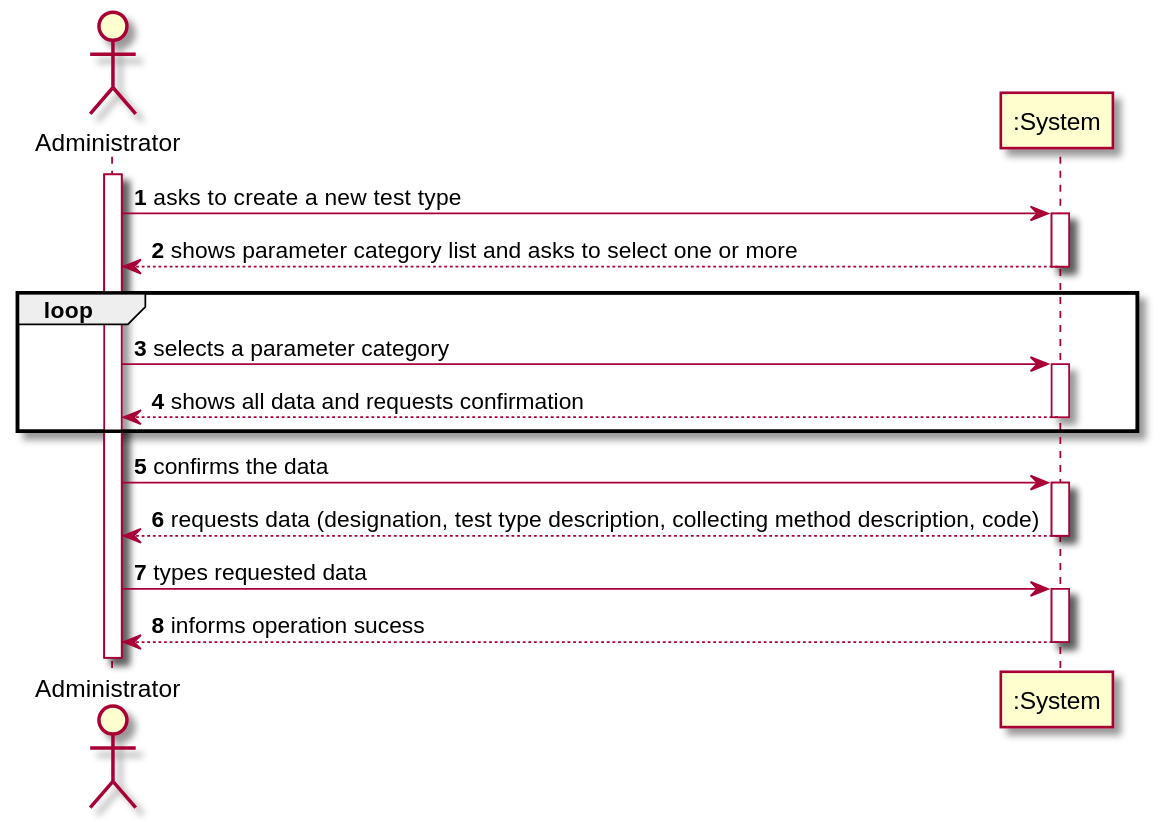
Before: docs/SprintB/US9_CreateTestType/US009_SSD_v2.svg, a diagram exported from PlantUML (Pedromaia26/LAPR2-ISEP). The source it was exported from:
```plantuml
@startuml

autonumber

actor "Administrator" as A
participant ":System" as S
activate A


A -> S: asks to create a new test type
activate S
S --> A: shows parameter category list and asks to select one or more
deactivate S

loop
A -> S: selects a parameter category
activate S
S --> A: shows all data and requests confirmation
deactivate S
end

A -> S: confirms the data
activate S
S --> A: requests data (designation, test type description, collecting method description, code)
deactivate S

A -> S: types requested data
activate S
S --> A: informs operation sucess
deactivate S
@enduml
```
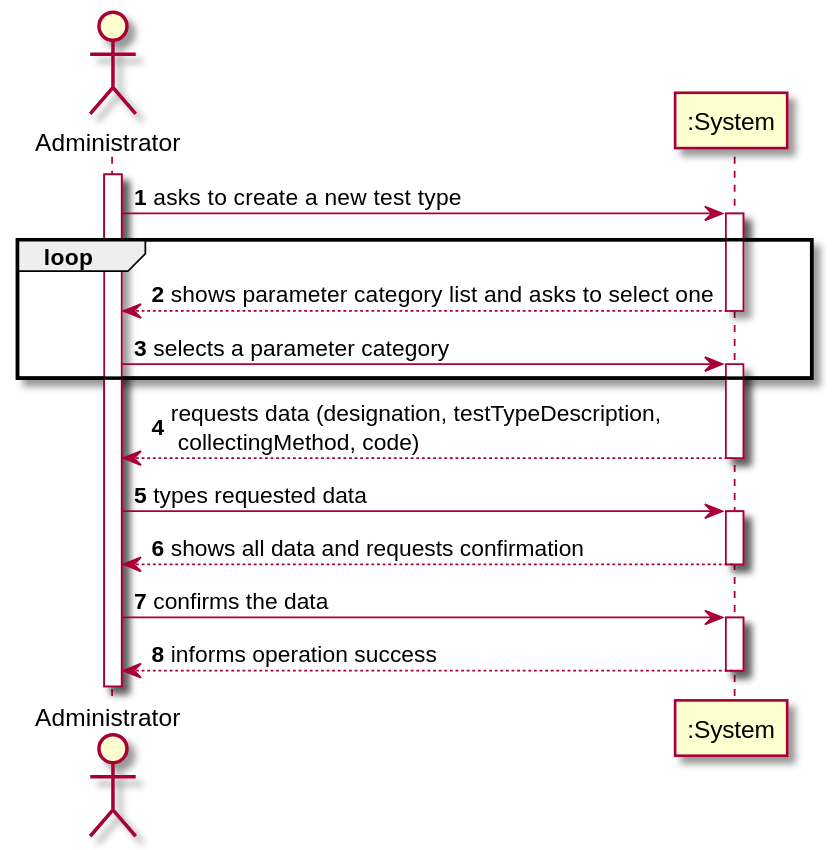
The same file after the commit.

What changed in the source:
```diff
@@ -9,23 +9,25 @@
 
 A -> S: asks to create a new test type
 activate S
-S --> A: shows parameter category list and asks to select one or more
+loop
+S --> A: shows parameter category list and asks to select one
 deactivate S
 
-loop
+
 A -> S: selects a parameter category
+activate S
+end
+S --> A: requests data (designation, testTypeDescription, \n collectingMethod, code)
+deactivate S
+
+
+A -> S: types requested data
 activate S
 S --> A: shows all data and requests confirmation
 deactivate S
-end
 
 A -> S: confirms the data
 activate S
-S --> A: requests data (designation, test type description, collecting method description, code)
-deactivate S
-
-A -> S: types requested data
-activate S
-S --> A: informs operation sucess
+S --> A: informs operation success
 deactivate S
 @enduml
```
